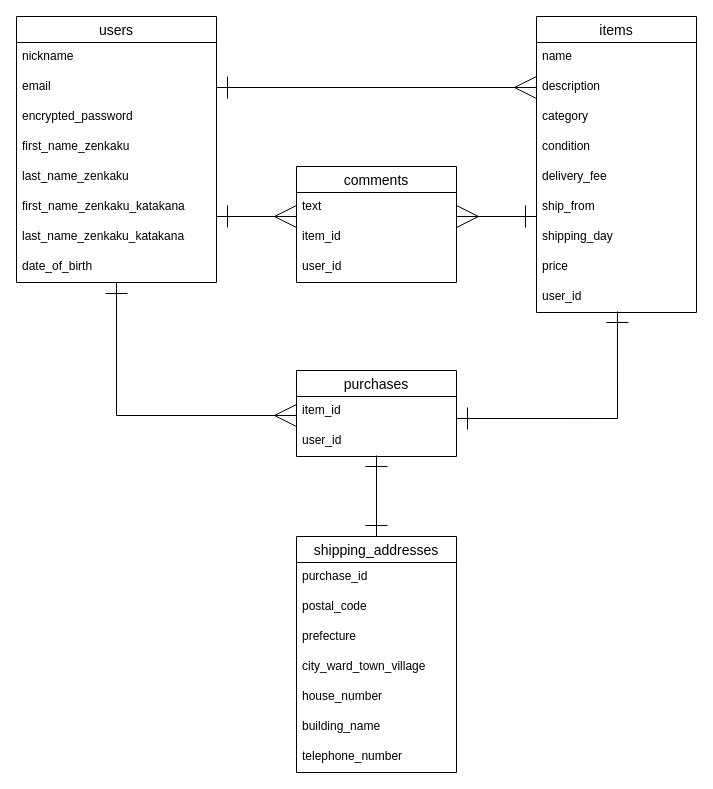
murataholic/furima-36027 keeps this draw.io diagram as ER.dio. Above is the earlier version. Source tidied: cells renumbered, new cells numbered last; positions are measured from the earlier drawing's top-left corner, leaving out a move shared by most shapes. Both pictures are drawn from the tidied source at 100%, with x=0, y=0 at pixel (16, 16).
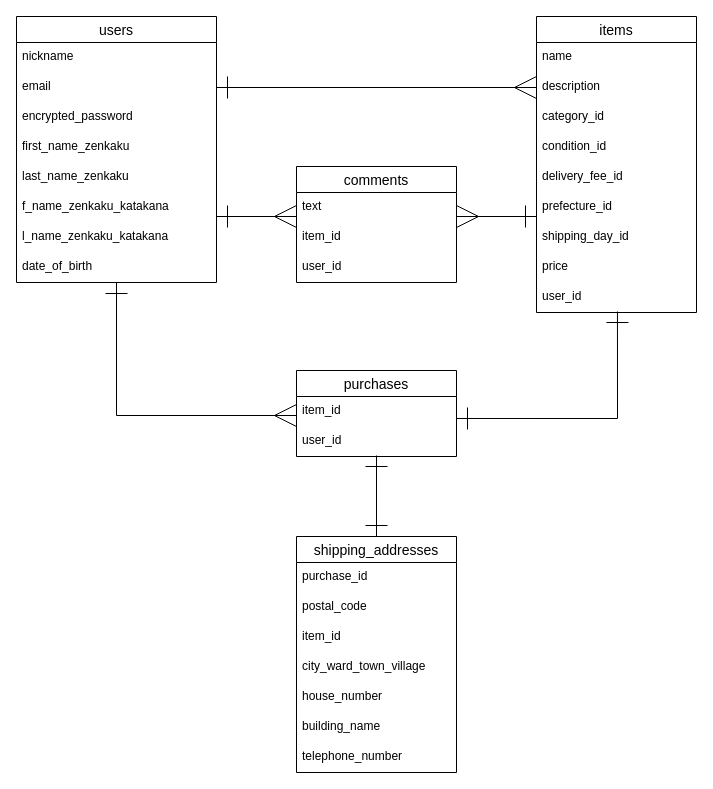
Above is the later version.

Commit message (it also covers changes not shown here):
データベースの記述（修正２回目）

The change refers to these unchanged cells:
```xml
<mxCell id="2" value="users" style="swimlane;fontStyle=0;horizontal=1;startSize=26;align=center;fontSize=14;" parent="1" vertex="1">
  <mxGeometry width="200" height="266" as="geometry" />
</mxCell>
<mxCell id="11" value="items" style="swimlane;fontStyle=0;horizontal=1;startSize=26;align=center;fontSize=14;" parent="1" vertex="1">
  <mxGeometry x="520" width="160" height="296" as="geometry" />
</mxCell>
<mxCell id="30" value="shipping_addresses" style="swimlane;fontStyle=0;horizontal=1;startSize=26;align=center;fontSize=14;" parent="1" vertex="1">
  <mxGeometry x="280" y="520" width="160" height="236" as="geometry" />
</mxCell>
```

Diff of the diagram source:
```diff
@@
-    <mxCell id="8" value="first_name_zenkaku_katakana" style="text;strokeColor=none;fillColor=none;spacingLeft=4;spacingRight=4;overflow=hidden;fontSize=12;" parent="2" vertex="1">
+    <mxCell id="8" value="f_name_zenkaku_katakana" style="text;strokeColor=none;fillColor=none;spacingLeft=4;spacingRight=4;overflow=hidden;fontSize=12;" parent="2" vertex="1">
       <mxGeometry y="176" width="200" height="30" as="geometry" />
     </mxCell>
-    <mxCell id="9" value="last_name_zenkaku_katakana" style="text;strokeColor=none;fillColor=none;spacingLeft=4;spacingRight=4;overflow=hidden;fontSize=12;" parent="2" vertex="1">
+    <mxCell id="9" value="l_name_zenkaku_katakana" style="text;strokeColor=none;fillColor=none;spacingLeft=4;spacingRight=4;overflow=hidden;fontSize=12;" parent="2" vertex="1">
       <mxGeometry y="206" width="200" height="30" as="geometry" />
     </mxCell>
@@
-    <mxCell id="14" value="category" style="text;strokeColor=none;fillColor=none;spacingLeft=4;spacingRight=4;overflow=hidden;fontSize=12;" parent="11" vertex="1">
+    <mxCell id="14" value="category_id" style="text;strokeColor=none;fillColor=none;spacingLeft=4;spacingRight=4;overflow=hidden;fontSize=12;" parent="11" vertex="1">
       <mxGeometry y="86" width="160" height="30" as="geometry" />
     </mxCell>
-    <mxCell id="15" value="condition" style="text;strokeColor=none;fillColor=none;spacingLeft=4;spacingRight=4;overflow=hidden;fontSize=12;" parent="11" vertex="1">
+    <mxCell id="15" value="condition_id" style="text;strokeColor=none;fillColor=none;spacingLeft=4;spacingRight=4;overflow=hidden;fontSize=12;" parent="11" vertex="1">
       <mxGeometry y="116" width="160" height="30" as="geometry" />
     </mxCell>
-    <mxCell id="16" value="delivery_fee" style="text;strokeColor=none;fillColor=none;spacingLeft=4;spacingRight=4;overflow=hidden;fontSize=12;" parent="11" vertex="1">
+    <mxCell id="16" value="delivery_fee_id" style="text;strokeColor=none;fillColor=none;spacingLeft=4;spacingRight=4;overflow=hidden;fontSize=12;" parent="11" vertex="1">
       <mxGeometry y="146" width="160" height="30" as="geometry" />
     </mxCell>
-    <mxCell id="17" value="ship_from" style="text;strokeColor=none;fillColor=none;spacingLeft=4;spacingRight=4;overflow=hidden;fontSize=12;" parent="11" vertex="1">
+    <mxCell id="17" value="prefecture_id" style="text;strokeColor=none;fillColor=none;spacingLeft=4;spacingRight=4;overflow=hidden;fontSize=12;" parent="11" vertex="1">
       <mxGeometry y="176" width="160" height="30" as="geometry" />
     </mxCell>
-    <mxCell id="18" value="shipping_day" style="text;strokeColor=none;fillColor=none;spacingLeft=4;spacingRight=4;overflow=hidden;fontSize=12;" parent="11" vertex="1">
+    <mxCell id="18" value="shipping_day_id" style="text;strokeColor=none;fillColor=none;spacingLeft=4;spacingRight=4;overflow=hidden;fontSize=12;" parent="11" vertex="1">
       <mxGeometry y="206" width="160" height="30" as="geometry" />
     </mxCell>
@@
-    <mxCell id="33" value="prefecture" style="text;strokeColor=none;fillColor=none;spacingLeft=4;spacingRight=4;overflow=hidden;fontSize=12;" parent="30" vertex="1">
+    <mxCell id="33" value="item_id" style="text;strokeColor=none;fillColor=none;spacingLeft=4;spacingRight=4;overflow=hidden;fontSize=12;" parent="30" vertex="1">
       <mxGeometry y="86" width="160" height="30" as="geometry" />
     </mxCell>
```
